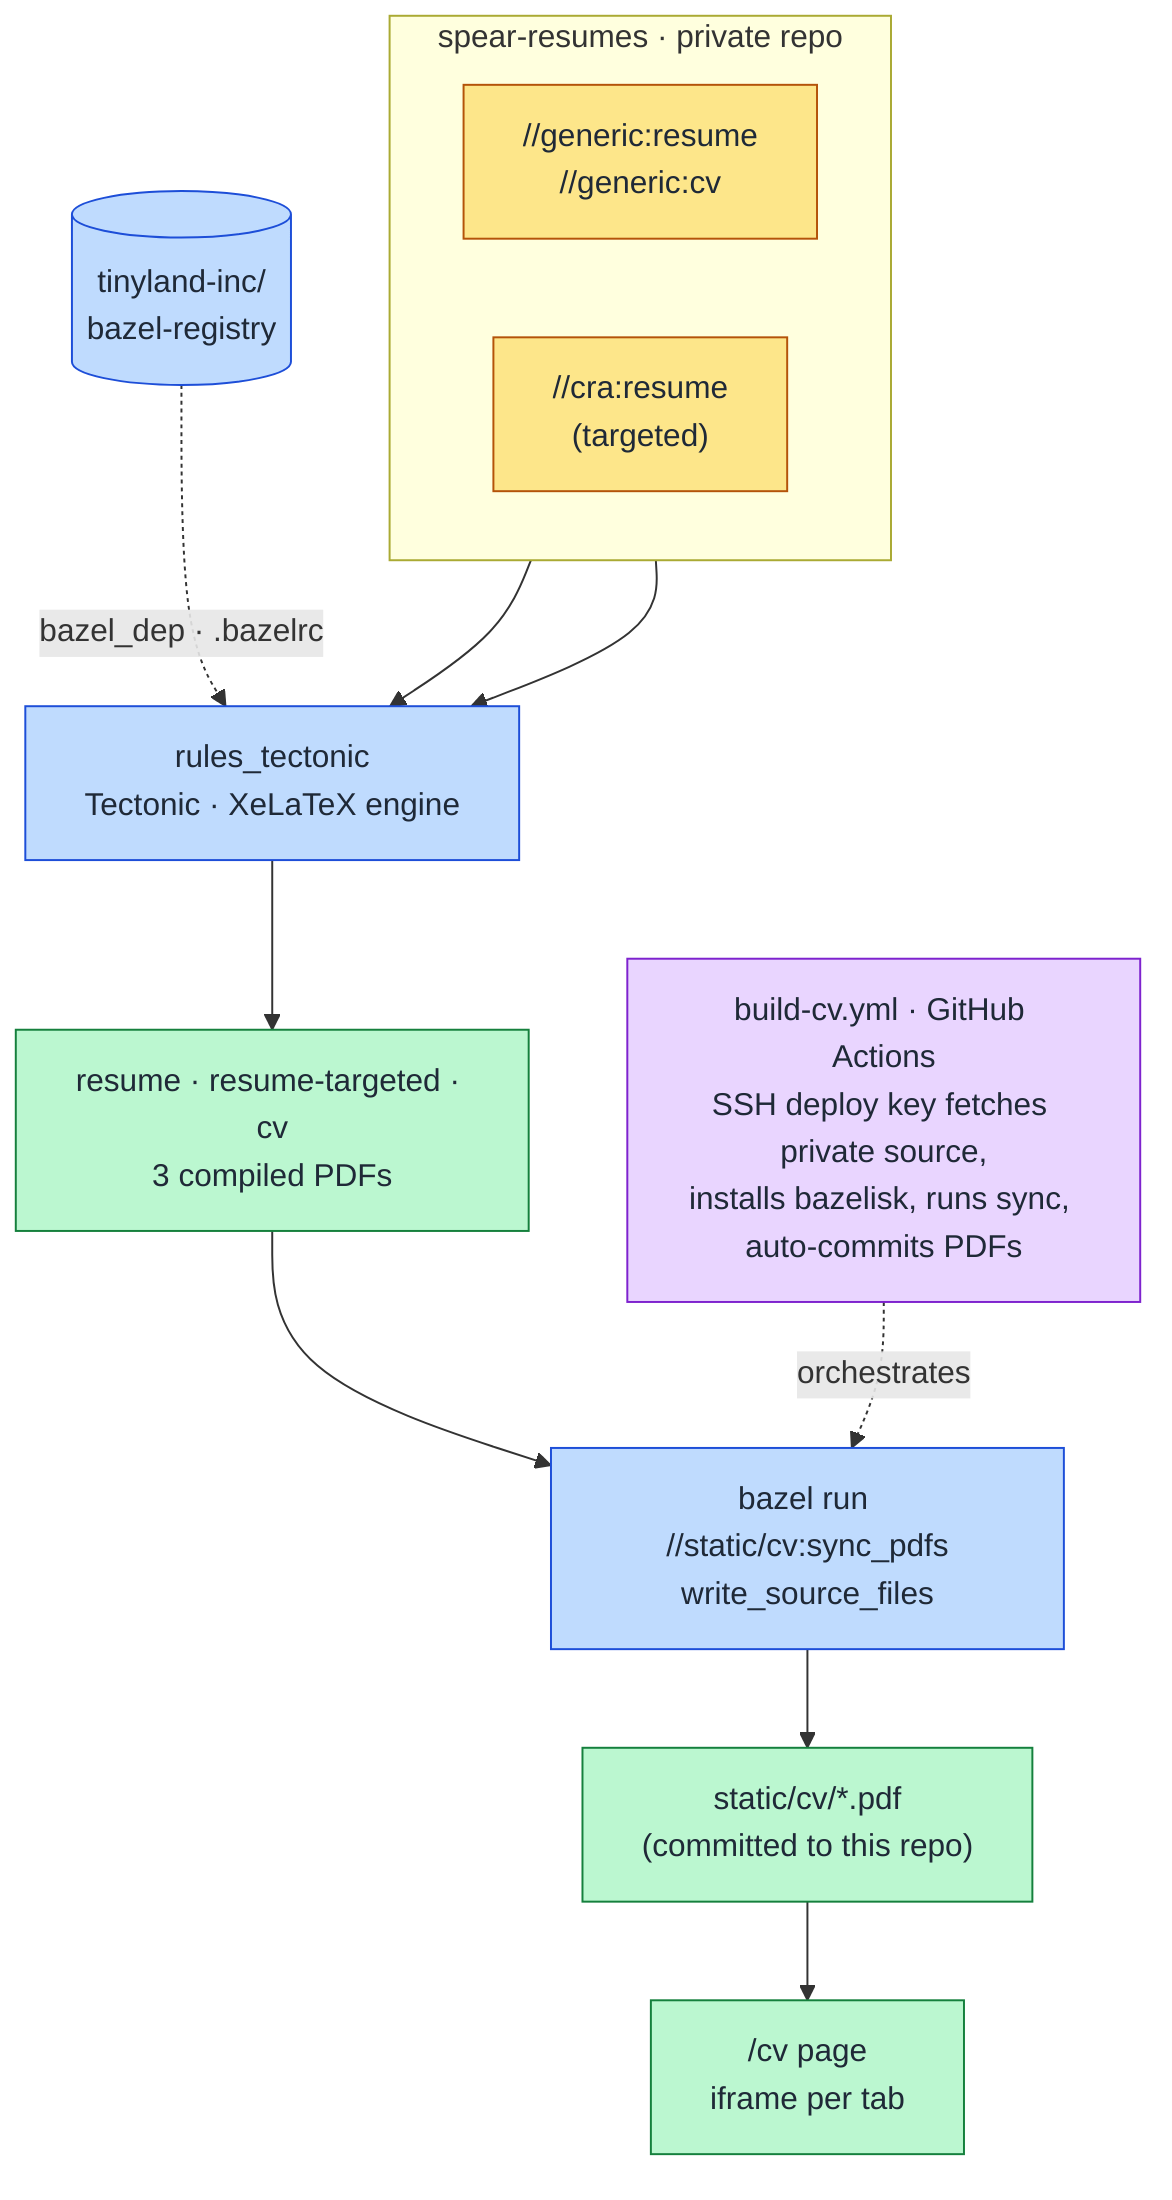
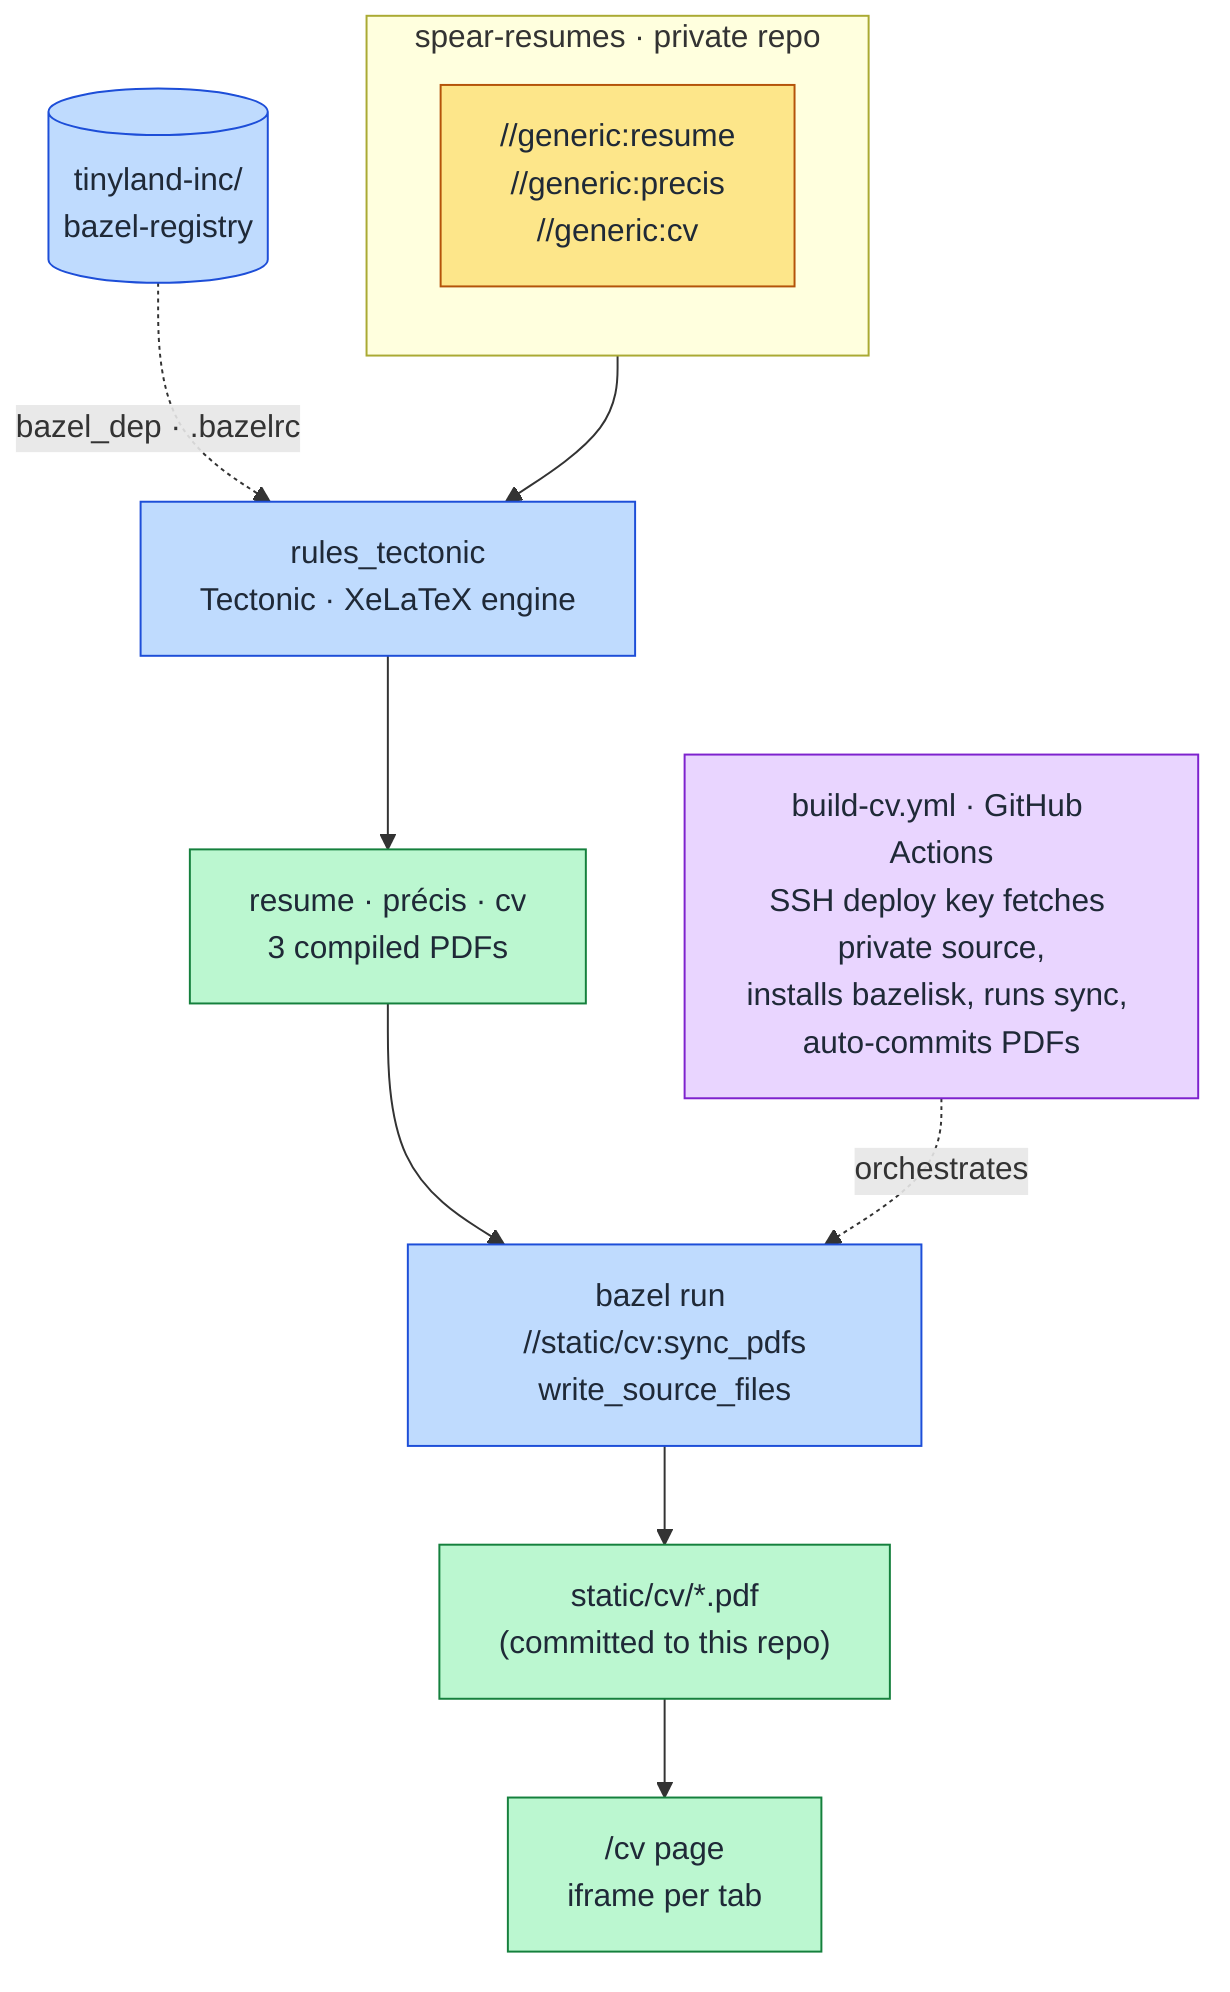
flowchart TD
  subgraph SPEAR["spear-resumes · private repo"]
    direction LR
-     GEN["//generic:resume<br/>//generic:cv"]
-     CRA["//cra:resume<br/>(targeted)"]
+     GEN["//generic:resume<br/>//generic:precis<br/>//generic:cv"]
  end
  REG[("tinyland-inc/<br/>bazel-registry")]
  RT["rules_tectonic<br/>Tectonic · XeLaTeX engine"]
-   PDFS["resume · resume-targeted · cv<br/>3 compiled PDFs"]
+   PDFS["resume · précis · cv<br/>3 compiled PDFs"]
  SYNC["bazel run //static/cv:sync_pdfs<br/>write_source_files"]
  STATIC["static/cv/*.pdf<br/>(committed to this repo)"]
  PAGE["/cv page<br/>iframe per tab"]

  GEN --> RT
-   CRA --> RT
  REG -. "bazel_dep · .bazelrc" .-> RT
  RT --> PDFS
  PDFS --> SYNC
  SYNC --> STATIC
  STATIC --> PAGE

  CI["build-cv.yml · GitHub Actions<br/>SSH deploy key fetches private source,<br/>installs bazelisk, runs sync, auto-commits PDFs"]
  CI -. orchestrates .-> SYNC

  classDef priv fill:#fde68a,stroke:#b45309,color:#1f2937;
  classDef bz fill:#bfdbfe,stroke:#1d4ed8,color:#1f2937;
  classDef out fill:#bbf7d0,stroke:#15803d,color:#1f2937;
  classDef ci fill:#e9d5ff,stroke:#7e22ce,color:#1f2937;
-   class GEN,CRA priv;
+   class GEN priv;
  class RT,REG,SYNC bz;
  class PDFS,STATIC,PAGE out;
  class CI ci;
